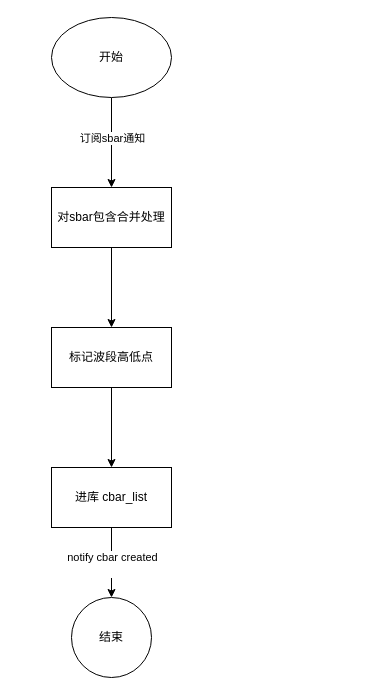
Before: page "CBar" (3 of 9) of docs/followchart.drawio in ligl/pulao, a draw.io diagram. Source tidied: cells renumbered, new cells numbered last; positions are measured from the earlier drawing's top-left corner, leaving out a move shared by most shapes. Both pictures are drawn from the tidied source at 100%, with x=0, y=0 at pixel (51, 17).
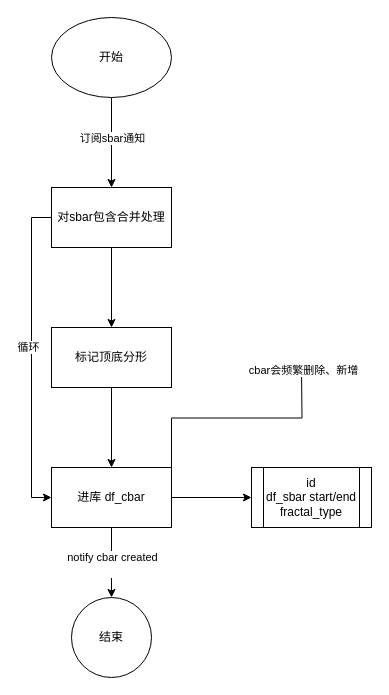
Above is the later version.

Diff of the diagram source:
```diff
@@
 <mxGraphModel>
   <root>
     <mxCell id="0" />
     <mxCell id="1" parent="0" />
     <mxCell id="2" style="edgeStyle=orthogonalEdgeStyle;rounded=0;jettySize=auto;html=1;" parent="1" edge="1" source="4" target="6">
       <mxGeometry relative="1" as="geometry" />
     </mxCell>
     <mxCell id="3" value="订阅sbar通知" style="edgeLabel;html=1;align=center;verticalAlign=middle;" parent="2" vertex="1">
       <mxGeometry x="-0.11" relative="1" as="geometry" />
     </mxCell>
     <mxCell id="4" value="开始" style="ellipse;whiteSpace=wrap;html=1;" parent="1" vertex="1">
       <mxGeometry width="120" height="80" as="geometry" />
     </mxCell>
     <mxCell id="5" style="edgeStyle=orthogonalEdgeStyle;rounded=0;jettySize=auto;html=1;" parent="1" edge="1" source="6" target="8">
       <mxGeometry relative="1" as="geometry" />
     </mxCell>
+    <mxCell id="13" style="edgeStyle=orthogonalEdgeStyle;rounded=0;jettySize=auto;html=1;exitX=0;exitY=0.5;exitDx=0;exitDy=0;entryX=0;entryY=0.5;entryDx=0;entryDy=0;" parent="1" edge="1" source="6" target="11">
+      <mxGeometry relative="1" as="geometry" />
+    </mxCell>
+    <mxCell id="14" value="循环" style="edgeLabel;html=1;align=center;verticalAlign=middle;" parent="13" vertex="1">
+      <mxGeometry x="-0.07" y="-4" relative="1" as="geometry" />
+    </mxCell>
     <mxCell id="6" value="对sbar包含合并处理" style="whiteSpace=wrap;html=1;" parent="1" vertex="1">
       <mxGeometry y="170" width="120" height="60" as="geometry" />
     </mxCell>
     <mxCell id="7" style="edgeStyle=orthogonalEdgeStyle;rounded=0;jettySize=auto;html=1;" parent="1" edge="1" source="8" target="11">
       <mxGeometry relative="1" as="geometry" />
     </mxCell>
-    <mxCell id="8" value="标记波段高低点" style="whiteSpace=wrap;html=1;" parent="1" vertex="1">
+    <mxCell id="8" value="标记顶底分形" style="whiteSpace=wrap;html=1;" parent="1" vertex="1">
       <mxGeometry y="310" width="120" height="60" as="geometry" />
     </mxCell>
     <mxCell id="9" style="edgeStyle=orthogonalEdgeStyle;rounded=0;jettySize=auto;html=1;" parent="1" edge="1" source="11" target="12">
       <mxGeometry relative="1" as="geometry" />
     </mxCell>
     <mxCell id="10" value="notify cbar created&lt;div&gt;&lt;br&gt;&lt;/div&gt;" style="edgeLabel;html=1;align=center;verticalAlign=middle;" parent="9" vertex="1">
       <mxGeometry x="0.03" relative="1" as="geometry" />
     </mxCell>
+    <mxCell id="15" style="edgeStyle=orthogonalEdgeStyle;rounded=0;jettySize=auto;html=1;" parent="1" edge="1" source="11" target="18">
+      <mxGeometry relative="1" as="geometry" />
+    </mxCell>
+    <mxCell id="16" style="edgeStyle=orthogonalEdgeStyle;rounded=0;jettySize=auto;html=1;exitX=1;exitY=0;exitDx=0;exitDy=0;" parent="1" edge="1" source="11">
+      <mxGeometry relative="1" as="geometry">
+        <mxPoint x="250" y="350" as="targetPoint" />
+      </mxGeometry>
+    </mxCell>
+    <mxCell id="17" value="cbar会频繁删除、新增" style="edgeLabel;html=1;align=center;verticalAlign=middle;" parent="16" vertex="1">
+      <mxGeometry x="0.98" y="-1" relative="1" as="geometry" />
+    </mxCell>
-    <mxCell id="11" value="进库 cbar_list" style="whiteSpace=wrap;html=1;" parent="1" vertex="1">
+    <mxCell id="11" value="进库 df_&lt;span style=&quot;background-color: transparent; color: light-dark(rgb(0, 0, 0), rgb(255, 255, 255));&quot;&gt;cbar&lt;/span&gt;" style="whiteSpace=wrap;html=1;" parent="1" vertex="1">
       <mxGeometry y="450" width="120" height="60" as="geometry" />
     </mxCell>
     <mxCell id="12" value="结束" style="ellipse;whiteSpace=wrap;html=1;" parent="1" vertex="1">
       <mxGeometry x="20" y="580" width="80" height="80" as="geometry" />
     </mxCell>
+    <mxCell id="18" value="id&lt;div&gt;df_sbar start/end&lt;/div&gt;&lt;div&gt;fractal_type&lt;/div&gt;" style="shape=process;whiteSpace=wrap;html=1;backgroundOutline=1;" parent="1" vertex="1">
+      <mxGeometry x="200" y="450" width="120" height="60" as="geometry" />
+    </mxCell>
   </root>
 </mxGraphModel>
```
